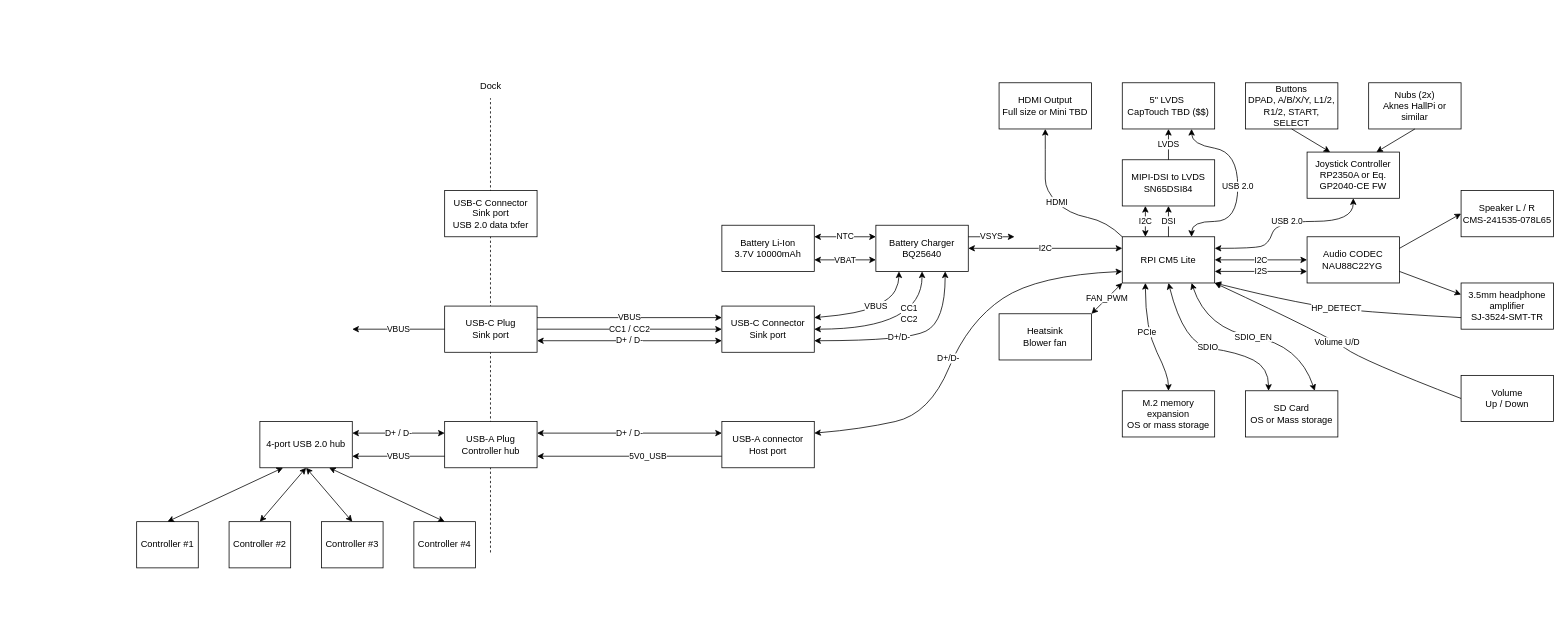
lecejeff/Consolation keeps this draw.io diagram as page "High-level overview" (1 of 2) of hardware/Rev1_00-0a/block diagram/Consolation - Block diagram.drawio. Above is the earlier version. Source tidied: cells renumbered, new cells numbered last; positions are measured from the earlier drawing's top-left corner, leaving out a move shared by most shapes. Both pictures are drawn from the tidied source at 77%, with x=0, y=0 at pixel (136, 75).
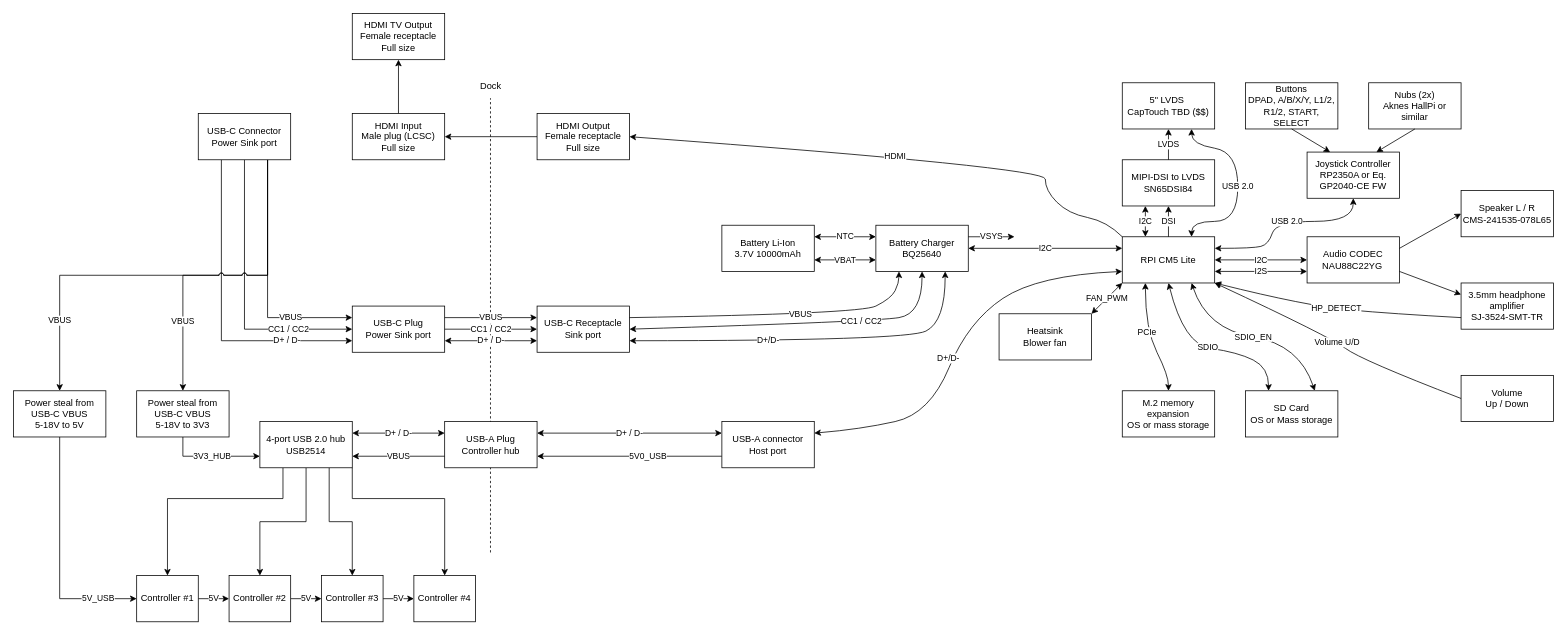
After the change.

The change refers to these unchanged cells:
```xml
<mxCell id="2" value="RPI CM5 Lite" style="rounded=0;whiteSpace=wrap;html=1;" parent="1" vertex="1">
  <mxGeometry x="1280" y="210" width="120" height="60" as="geometry" />
</mxCell>
<mxCell id="30" value="Battery Charger&lt;br&gt;BQ25640" style="rounded=0;whiteSpace=wrap;html=1;" parent="1" vertex="1">
  <mxGeometry x="960" y="195" width="120" height="60" as="geometry" />
</mxCell>
```

Diff of the diagram source:
```diff
@@
-    <mxCell id="4" value="USB-C Connector&lt;br&gt;Sink port" style="rounded=0;whiteSpace=wrap;html=1;" parent="1" vertex="1">
-      <mxGeometry x="760" y="300" width="120" height="60" as="geometry" />
+    <mxCell id="4" value="USB-C Receptacle&lt;br&gt;Sink port" style="rounded=0;whiteSpace=wrap;html=1;" parent="1" vertex="1">
+      <mxGeometry x="520" y="300" width="120" height="60" as="geometry" />
     </mxCell>
@@
+    <mxCell id="68" style="edgeStyle=orthogonalEdgeStyle;rounded=0;jettySize=auto;html=1;exitX=0;exitY=0.5;exitDx=0;exitDy=0;" parent="1" edge="1" source="10" target="82">
+      <mxGeometry relative="1" as="geometry" />
+    </mxCell>
-    <mxCell id="10" value="HDMI Output&lt;br&gt;&lt;span style=&quot;color: light-dark(rgb(0, 0, 0), rgb(255, 128, 0));&quot;&gt;Full size or Mini TBD&lt;/span&gt;" style="rounded=0;whiteSpace=wrap;html=1;" parent="1" vertex="1">
-      <mxGeometry x="1120" y="10" width="120" height="60" as="geometry" />
+    <mxCell id="10" value="HDMI Output&lt;br&gt;Female receptacle&lt;br&gt;&lt;span style=&quot;color: light-dark(rgb(0, 0, 0), rgb(255, 128, 0));&quot;&gt;Full size&lt;/span&gt;" style="rounded=0;whiteSpace=wrap;html=1;" parent="1" vertex="1">
+      <mxGeometry x="520" y="50" width="120" height="60" as="geometry" />
     </mxCell>
-    <mxCell id="11" value="HDMI" style="curved=1;endArrow=classic;html=1;rounded=0;exitX=0;exitY=0;exitDx=0;exitDy=0;entryX=0.5;entryY=1;entryDx=0;entryDy=0;" parent="1" edge="1" source="2" target="10">
+    <mxCell id="11" value="HDMI" style="curved=1;endArrow=classic;html=1;rounded=0;exitX=0;exitY=0;exitDx=0;exitDy=0;entryX=1;entryY=0.5;entryDx=0;entryDy=0;" parent="1" edge="1" source="2" target="10">
       <mxGeometry relative="1" as="geometry">
         <Array as="points">
           <mxPoint x="1260" y="190" />
           <mxPoint x="1210" y="180" />
           <mxPoint x="1180" y="150" />
           <mxPoint x="1180" y="120" />
         </Array>
       </mxGeometry>
     </mxCell>
@@
-    <mxCell id="39" value="VBUS" style="curved=1;endArrow=classic;html=1;rounded=0;entryX=0.25;entryY=1;entryDx=0;entryDy=0;exitX=1;exitY=0.25;exitDx=0;exitDy=0;startArrow=classic;startFill=1;" parent="1" edge="1" source="4" target="30">
+    <mxCell id="39" value="VBUS" style="curved=1;endArrow=classic;html=1;rounded=0;entryX=0.25;entryY=1;entryDx=0;entryDy=0;exitX=1;exitY=0.25;exitDx=0;exitDy=0;startArrow=none;startFill=0;" parent="1" edge="1" source="4" target="30">
       <mxGeometry x="0.16" relative="1" as="geometry">
         <Array as="points">
           <mxPoint x="940" y="310" />
           <mxPoint x="980" y="290" />
           <mxPoint x="990" y="270" />
         </Array>
       </mxGeometry>
     </mxCell>
-    <mxCell id="40" value="CC1&lt;br&gt;CC2" style="curved=1;endArrow=classic;html=1;rounded=0;entryX=0.5;entryY=1;entryDx=0;entryDy=0;exitX=1;exitY=0.5;exitDx=0;exitDy=0;startArrow=classic;startFill=1;" parent="1" edge="1" source="4" target="30">
-      <mxGeometry x="0.14" y="20" relative="1" as="geometry">
+    <mxCell id="40" value="CC1 / CC2" style="curved=1;endArrow=classic;html=1;rounded=0;entryX=0.5;entryY=1;entryDx=0;entryDy=0;exitX=1;exitY=0.5;exitDx=0;exitDy=0;startArrow=classic;startFill=1;" parent="1" edge="1" source="4" target="30">
+      <mxGeometry x="0.38" y="1" relative="1" as="geometry">
         <Array as="points">
-          <mxPoint x="1020" y="330" />
+          <mxPoint x="960" y="320" />
+          <mxPoint x="1020" y="310" />
         </Array>
       </mxGeometry>
     </mxCell>
@@
     <mxCell id="42" value="D+/D-" style="curved=1;endArrow=classic;html=1;rounded=0;entryX=0.75;entryY=1;entryDx=0;entryDy=0;startArrow=classic;startFill=1;exitX=1;exitY=0.75;exitDx=0;exitDy=0;" parent="1" edge="1" source="4" target="30">
-      <mxGeometry x="-0.09" y="5" relative="1" as="geometry">
+      <mxGeometry x="-0.25" relative="1" as="geometry">
         <Array as="points">
           <mxPoint x="1000" y="345" />
           <mxPoint x="1050" y="320" />
         </Array>
       </mxGeometry>
     </mxCell>
@@
-    <mxCell id="45" value="USB-C Plug&lt;br&gt;Sink port" style="rounded=0;whiteSpace=wrap;html=1;" parent="1" vertex="1">
-      <mxGeometry x="400" y="300" width="120" height="60" as="geometry" />
+    <mxCell id="45" value="USB-C Plug&lt;br&gt;Power Sink port" style="rounded=0;whiteSpace=wrap;html=1;" parent="1" vertex="1">
+      <mxGeometry x="280" y="300" width="120" height="60" as="geometry" />
     </mxCell>
@@
+    <mxCell id="69" style="edgeStyle=orthogonalEdgeStyle;rounded=0;jettySize=auto;html=1;exitX=0.25;exitY=1;exitDx=0;exitDy=0;entryX=0.5;entryY=0;entryDx=0;entryDy=0;" parent="1" edge="1" source="49" target="50">
+      <mxGeometry relative="1" as="geometry">
+        <Array as="points">
+          <mxPoint x="190" y="550" />
+          <mxPoint x="40" y="550" />
+        </Array>
+      </mxGeometry>
+    </mxCell>
+    <mxCell id="70" style="edgeStyle=orthogonalEdgeStyle;rounded=0;jettySize=auto;html=1;exitX=0.5;exitY=1;exitDx=0;exitDy=0;entryX=0.5;entryY=0;entryDx=0;entryDy=0;" parent="1" edge="1" source="49" target="51">
+      <mxGeometry relative="1" as="geometry" />
+    </mxCell>
+    <mxCell id="71" style="edgeStyle=orthogonalEdgeStyle;rounded=0;jettySize=auto;html=1;exitX=0.75;exitY=1;exitDx=0;exitDy=0;entryX=0.5;entryY=0;entryDx=0;entryDy=0;" parent="1" edge="1" source="49" target="52">
+      <mxGeometry relative="1" as="geometry" />
+    </mxCell>
+    <mxCell id="72" style="edgeStyle=orthogonalEdgeStyle;rounded=0;jettySize=auto;html=1;exitX=1;exitY=1;exitDx=0;exitDy=0;entryX=0.5;entryY=0;entryDx=0;entryDy=0;" parent="1" edge="1" source="49" target="53">
+      <mxGeometry relative="1" as="geometry">
+        <Array as="points">
+          <mxPoint x="280" y="550" />
+          <mxPoint x="400" y="550" />
+        </Array>
+      </mxGeometry>
+    </mxCell>
-    <mxCell id="49" value="4-port USB 2.0 hub" style="rounded=0;whiteSpace=wrap;html=1;" parent="1" vertex="1">
+    <mxCell id="49" value="4-port USB 2.0 hub&lt;br&gt;USB2514" style="rounded=0;whiteSpace=wrap;html=1;" parent="1" vertex="1">
       <mxGeometry x="160" y="450" width="120" height="60" as="geometry" />
     </mxCell>
+    <mxCell id="73" value="5V" style="edgeStyle=orthogonalEdgeStyle;rounded=0;jettySize=auto;html=1;exitX=1;exitY=0.5;exitDx=0;exitDy=0;entryX=0;entryY=0.5;entryDx=0;entryDy=0;" parent="1" edge="1" source="50" target="51">
+      <mxGeometry relative="1" as="geometry" />
+    </mxCell>
     <mxCell id="50" value="Controller #1" style="rounded=0;whiteSpace=wrap;html=1;" parent="1" vertex="1">
-      <mxGeometry y="580" width="80" height="60" as="geometry" />
+      <mxGeometry y="650" width="80" height="60" as="geometry" />
     </mxCell>
+    <mxCell id="74" value="5V" style="edgeStyle=orthogonalEdgeStyle;rounded=0;jettySize=auto;html=1;exitX=1;exitY=0.5;exitDx=0;exitDy=0;entryX=0;entryY=0.5;entryDx=0;entryDy=0;" parent="1" edge="1" source="51" target="52">
+      <mxGeometry relative="1" as="geometry" />
+    </mxCell>
     <mxCell id="51" value="Controller #2" style="rounded=0;whiteSpace=wrap;html=1;" parent="1" vertex="1">
-      <mxGeometry x="120" y="580" width="80" height="60" as="geometry" />
+      <mxGeometry x="120" y="650" width="80" height="60" as="geometry" />
     </mxCell>
+    <mxCell id="75" value="5V" style="edgeStyle=orthogonalEdgeStyle;rounded=0;jettySize=auto;html=1;exitX=1;exitY=0.5;exitDx=0;exitDy=0;entryX=0;entryY=0.5;entryDx=0;entryDy=0;" parent="1" edge="1" source="52" target="53">
+      <mxGeometry relative="1" as="geometry" />
+    </mxCell>
     <mxCell id="52" value="Controller #3" style="rounded=0;whiteSpace=wrap;html=1;" parent="1" vertex="1">
-      <mxGeometry x="240" y="580" width="80" height="60" as="geometry" />
+      <mxGeometry x="240" y="650" width="80" height="60" as="geometry" />
     </mxCell>
     <mxCell id="53" value="Controller #4" style="rounded=0;whiteSpace=wrap;html=1;" parent="1" vertex="1">
-      <mxGeometry x="360" y="580" width="80" height="60" as="geometry" />
+      <mxGeometry x="360" y="650" width="80" height="60" as="geometry" />
     </mxCell>
-    <mxCell id="54" style="endArrow=classic;startArrow=classic;html=1;rounded=0;exitX=0.5;exitY=0;exitDx=0;exitDy=0;entryX=0.25;entryY=1;entryDx=0;entryDy=0;" parent="1" edge="1" source="50" target="49">
-      <mxGeometry relative="1" as="geometry" />
-    </mxCell>
-    <mxCell id="55" style="endArrow=classic;startArrow=classic;html=1;rounded=0;exitX=0.5;exitY=0;exitDx=0;exitDy=0;entryX=0.5;entryY=1;entryDx=0;entryDy=0;" parent="1" edge="1" source="51" target="49">
-      <mxGeometry relative="1" as="geometry" />
-    </mxCell>
-    <mxCell id="56" style="endArrow=classic;startArrow=classic;html=1;rounded=0;exitX=0.5;exitY=0;exitDx=0;exitDy=0;entryX=0.5;entryY=1;entryDx=0;entryDy=0;" parent="1" edge="1" source="52" target="49">
-      <mxGeometry relative="1" as="geometry" />
-    </mxCell>
-    <mxCell id="57" style="endArrow=classic;startArrow=classic;html=1;rounded=0;exitX=0.5;exitY=0;exitDx=0;exitDy=0;entryX=0.75;entryY=1;entryDx=0;entryDy=0;" parent="1" edge="1" source="53" target="49">
-      <mxGeometry relative="1" as="geometry" />
-    </mxCell>
+    <mxCell id="76" value="VBUS" style="edgeStyle=orthogonalEdgeStyle;rounded=0;jettySize=auto;html=1;exitX=0.75;exitY=1;exitDx=0;exitDy=0;entryX=0;entryY=0.25;entryDx=0;entryDy=0;" parent="1" edge="1" source="58" target="45">
+      <mxGeometry x="0.49" relative="1" as="geometry" />
+    </mxCell>
+    <mxCell id="77" value="CC1 / CC2" style="edgeStyle=orthogonalEdgeStyle;rounded=0;jettySize=auto;html=1;exitX=0.5;exitY=1;exitDx=0;exitDy=0;entryX=0;entryY=0.5;entryDx=0;entryDy=0;" parent="1" edge="1" source="58" target="45">
+      <mxGeometry x="0.54" relative="1" as="geometry" />
+    </mxCell>
+    <mxCell id="78" value="D+ / D-" style="edgeStyle=orthogonalEdgeStyle;rounded=0;jettySize=auto;html=1;exitX=0.25;exitY=1;exitDx=0;exitDy=0;entryX=0;entryY=0.75;entryDx=0;entryDy=0;" parent="1" edge="1" source="58" target="45">
+      <mxGeometry x="0.58" relative="1" as="geometry" />
+    </mxCell>
+    <mxCell id="79" value="VBUS" style="edgeStyle=orthogonalEdgeStyle;rounded=0;jettySize=auto;html=1;exitX=0.75;exitY=1;exitDx=0;exitDy=0;jumpStyle=arc;" parent="1" edge="1" source="58" target="85">
+      <mxGeometry x="0.68" relative="1" as="geometry" />
+    </mxCell>
+    <mxCell id="80" value="VBUS" style="edgeStyle=orthogonalEdgeStyle;rounded=0;jettySize=auto;html=1;exitX=0.75;exitY=1;exitDx=0;exitDy=0;entryX=0.5;entryY=0;entryDx=0;entryDy=0;jumpStyle=arc;" parent="1" edge="1" source="58" target="87">
+      <mxGeometry x="0.56" relative="1" as="geometry" />
+    </mxCell>
-    <mxCell id="58" value="USB-C Connector&lt;br&gt;Sink port&lt;div&gt;USB 2.0 data txfer&lt;/div&gt;" style="rounded=0;whiteSpace=wrap;html=1;" parent="1" vertex="1">
-      <mxGeometry x="400" y="150" width="120" height="60" as="geometry" />
+    <mxCell id="58" value="USB-C Connector&lt;br&gt;Power Sink port" style="rounded=0;whiteSpace=wrap;html=1;" parent="1" vertex="1">
+      <mxGeometry x="80" y="50" width="120" height="60" as="geometry" />
     </mxCell>
@@
-    <mxCell id="64" value="VBUS" style="endArrow=classic;html=1;rounded=0;exitX=0;exitY=0.5;exitDx=0;exitDy=0;" parent="1" edge="1" source="45">
-      <mxGeometry relative="1" as="geometry">
-        <mxPoint x="280" y="330" as="targetPoint" />
-      </mxGeometry>
-    </mxCell>
@@
+    <mxCell id="81" style="edgeStyle=orthogonalEdgeStyle;rounded=0;jettySize=auto;html=1;exitX=0.5;exitY=0;exitDx=0;exitDy=0;entryX=0.5;entryY=1;entryDx=0;entryDy=0;" parent="1" edge="1" source="82" target="83">
+      <mxGeometry relative="1" as="geometry" />
+    </mxCell>
+    <mxCell id="82" value="HDMI Input&lt;br&gt;Male plug (LCSC)&lt;br&gt;&lt;span style=&quot;color: light-dark(rgb(0, 0, 0), rgb(255, 128, 0));&quot;&gt;Full size&lt;/span&gt;" style="rounded=0;whiteSpace=wrap;html=1;" parent="1" vertex="1">
+      <mxGeometry x="280" y="50" width="120" height="60" as="geometry" />
+    </mxCell>
+    <mxCell id="83" value="HDMI TV Output&lt;br&gt;Female receptacle&lt;br&gt;&lt;span style=&quot;color: light-dark(rgb(0, 0, 0), rgb(255, 128, 0));&quot;&gt;Full size&lt;/span&gt;" style="rounded=0;whiteSpace=wrap;html=1;" parent="1" vertex="1">
+      <mxGeometry x="280" y="-80" width="120" height="60" as="geometry" />
+    </mxCell>
+    <mxCell id="84" value="5V_USB" style="edgeStyle=orthogonalEdgeStyle;rounded=0;jettySize=auto;html=1;exitX=0.5;exitY=1;exitDx=0;exitDy=0;entryX=0;entryY=0.5;entryDx=0;entryDy=0;" parent="1" edge="1" source="85" target="50">
+      <mxGeometry x="0.68" relative="1" as="geometry" />
+    </mxCell>
+    <mxCell id="85" value="Power steal from USB-C VBUS&lt;br&gt;5-18V to 5V" style="rounded=0;whiteSpace=wrap;html=1;" parent="1" vertex="1">
+      <mxGeometry x="-160" y="410" width="120" height="60" as="geometry" />
+    </mxCell>
+    <mxCell id="86" value="3V3_HUB" style="edgeStyle=orthogonalEdgeStyle;rounded=0;jettySize=auto;html=1;exitX=0.5;exitY=1;exitDx=0;exitDy=0;entryX=0;entryY=0.75;entryDx=0;entryDy=0;" parent="1" edge="1" source="87" target="49">
+      <mxGeometry relative="1" as="geometry" />
+    </mxCell>
+    <mxCell id="87" value="Power steal from USB-C VBUS&lt;br&gt;5-18V to 3V3" style="rounded=0;whiteSpace=wrap;html=1;" parent="1" vertex="1">
+      <mxGeometry y="410" width="120" height="60" as="geometry" />
+    </mxCell>
```
